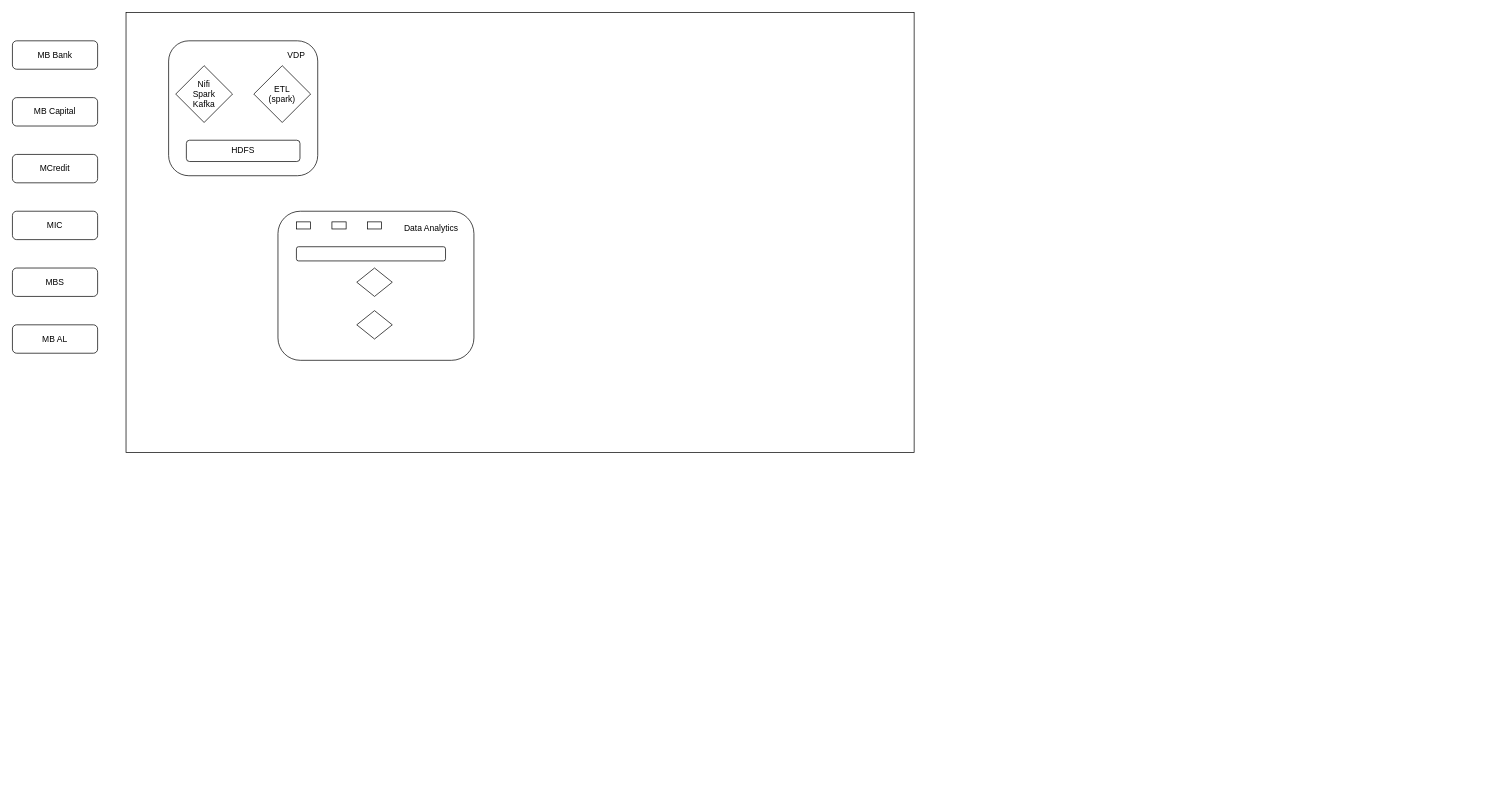
This is Untitled Diagram.drawio from sangbk1997/Thiet_ke_he_thong, a draw.io file, before an edit. Source tidied: cells renumbered, new cells numbered last; positions are measured from the earlier drawing's top-left corner, leaving out a move shared by most shapes. Both pictures are drawn from the tidied source at 71%, with x=0, y=0 at pixel (12, 12).
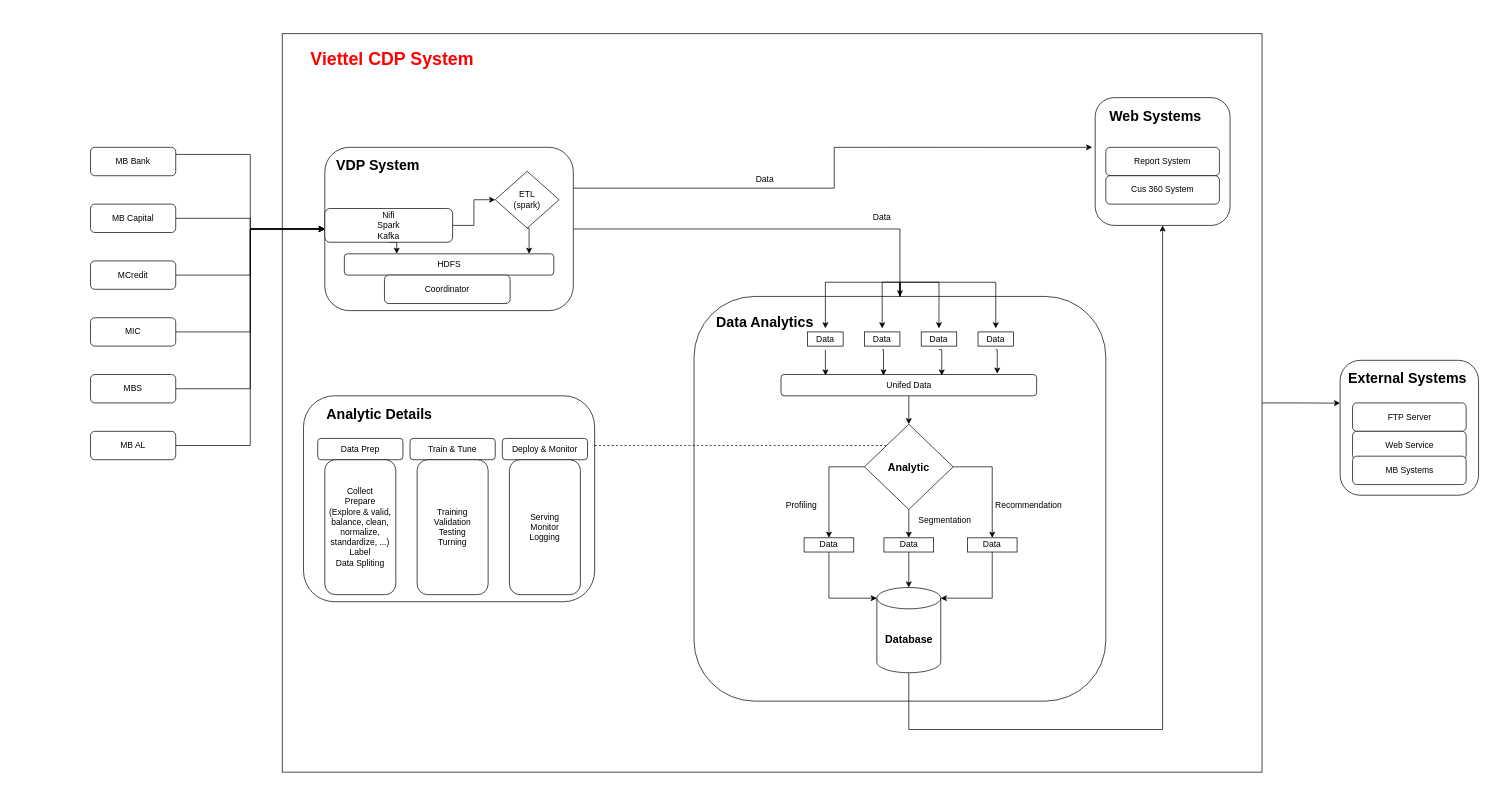
The same page after the edit.

Diff of the diagram source:
```diff
@@
+    <mxCell id="22" style="edgeStyle=orthogonalEdgeStyle;rounded=0;jettySize=auto;html=1;exitX=1;exitY=0.5;exitDx=0;exitDy=0;" parent="1" edge="1" source="23">
+      <mxGeometry relative="1" as="geometry">
+        <mxPoint x="1870" y="550.3" as="targetPoint" />
+      </mxGeometry>
+    </mxCell>
+    <mxCell id="23" style="rounded=0;whiteSpace=wrap;html=1;" parent="1" vertex="1">
+      <mxGeometry x="380" y="30" width="1380" height="1040" as="geometry" />
+    </mxCell>
+    <mxCell id="24" style="rounded=1;whiteSpace=wrap;html=1;" parent="1" vertex="1">
+      <mxGeometry x="1525" y="120" width="190" height="180" as="geometry" />
+    </mxCell>
+    <mxCell id="25" style="rounded=1;whiteSpace=wrap;html=1;" parent="1" vertex="1">
+      <mxGeometry x="1870" y="490" width="195" height="190" as="geometry" />
+    </mxCell>
+    <mxCell id="26" style="rounded=1;whiteSpace=wrap;html=1;" parent="1" vertex="1">
+      <mxGeometry x="960" y="400" width="580" height="570" as="geometry" />
+    </mxCell>
+    <mxCell id="27" style="edgeStyle=orthogonalEdgeStyle;rounded=0;jettySize=auto;html=1;exitX=0.5;exitY=0;exitDx=0;exitDy=0;entryX=0.5;entryY=0;entryDx=0;entryDy=0;" parent="1" edge="1" source="26" target="64">
+      <mxGeometry relative="1" as="geometry" />
+    </mxCell>
+    <mxCell id="28" style="edgeStyle=orthogonalEdgeStyle;rounded=0;jettySize=auto;html=1;exitX=0.5;exitY=0;exitDx=0;exitDy=0;entryX=0.5;entryY=0;entryDx=0;entryDy=0;" parent="1" edge="1" source="26" target="66">
+      <mxGeometry relative="1" as="geometry" />
+    </mxCell>
+    <mxCell id="29" style="edgeStyle=orthogonalEdgeStyle;rounded=0;jettySize=auto;html=1;exitX=0.5;exitY=0;exitDx=0;exitDy=0;entryX=0.5;entryY=0;entryDx=0;entryDy=0;" parent="1" edge="1" source="26" target="68">
+      <mxGeometry relative="1" as="geometry" />
+    </mxCell>
+    <mxCell id="30" style="edgeStyle=orthogonalEdgeStyle;rounded=0;jettySize=auto;html=1;exitX=0.5;exitY=0;exitDx=0;exitDy=0;entryX=0.5;entryY=0;entryDx=0;entryDy=0;" parent="1" edge="1" source="26" target="70">
+      <mxGeometry relative="1" as="geometry" />
+    </mxCell>
+    <mxCell id="31" style="edgeStyle=orthogonalEdgeStyle;rounded=0;jettySize=auto;html=1;exitX=1;exitY=0.5;exitDx=0;exitDy=0;entryX=0;entryY=0.5;entryDx=0;entryDy=0;" parent="1" edge="1" source="2" target="9">
+      <mxGeometry relative="1" as="geometry" />
+    </mxCell>
     <mxCell id="2" value="MB AL" style="rounded=1;whiteSpace=wrap;html=1;" parent="1" vertex="1">
-      <mxGeometry y="440" width="120" height="40" as="geometry" />
+      <mxGeometry x="110" y="590" width="120" height="40" as="geometry" />
     </mxCell>
+    <mxCell id="32" style="edgeStyle=orthogonalEdgeStyle;rounded=0;jettySize=auto;html=1;exitX=1;exitY=0.5;exitDx=0;exitDy=0;entryX=0;entryY=0.5;entryDx=0;entryDy=0;" parent="1" edge="1" source="3" target="9">
+      <mxGeometry relative="1" as="geometry" />
+    </mxCell>
     <mxCell id="3" value="MB Capital" style="rounded=1;whiteSpace=wrap;html=1;" parent="1" vertex="1">
-      <mxGeometry y="120" width="120" height="40" as="geometry" />
+      <mxGeometry x="110" y="270" width="120" height="40" as="geometry" />
     </mxCell>
+    <mxCell id="33" style="edgeStyle=orthogonalEdgeStyle;rounded=0;jettySize=auto;html=1;exitX=1;exitY=0.25;exitDx=0;exitDy=0;entryX=0;entryY=0.5;entryDx=0;entryDy=0;" parent="1" edge="1" source="4" target="9">
+      <mxGeometry relative="1" as="geometry" />
+    </mxCell>
-    <mxCell id="4" value="MB Bank" style="rounded=1;whiteSpace=wrap;html=1;" parent="1" vertex="1">
-      <mxGeometry y="40" width="120" height="40" as="geometry" />
+    <mxCell id="4" value="MB Bank" style="rounded=1;whiteSpace=wrap;html=1;labelBackgroundColor=default;" parent="1" vertex="1">
+      <mxGeometry x="110" y="190" width="120" height="40" as="geometry" />
     </mxCell>
+    <mxCell id="34" style="edgeStyle=orthogonalEdgeStyle;rounded=0;jettySize=auto;html=1;exitX=1;exitY=0.5;exitDx=0;exitDy=0;entryX=0;entryY=0.5;entryDx=0;entryDy=0;" parent="1" edge="1" source="5" target="9">
+      <mxGeometry relative="1" as="geometry" />
+    </mxCell>
     <mxCell id="5" value="MCredit" style="rounded=1;whiteSpace=wrap;html=1;" parent="1" vertex="1">
-      <mxGeometry y="200" width="120" height="40" as="geometry" />
+      <mxGeometry x="110" y="350" width="120" height="40" as="geometry" />
     </mxCell>
+    <mxCell id="35" style="edgeStyle=orthogonalEdgeStyle;rounded=0;jettySize=auto;html=1;exitX=1;exitY=0.5;exitDx=0;exitDy=0;entryX=0;entryY=0.5;entryDx=0;entryDy=0;" parent="1" edge="1" source="6" target="9">
+      <mxGeometry relative="1" as="geometry" />
+    </mxCell>
     <mxCell id="6" value="MIC" style="rounded=1;whiteSpace=wrap;html=1;" parent="1" vertex="1">
-      <mxGeometry y="280" width="120" height="40" as="geometry" />
+      <mxGeometry x="110" y="430" width="120" height="40" as="geometry" />
     </mxCell>
+    <mxCell id="36" style="edgeStyle=orthogonalEdgeStyle;rounded=0;jettySize=auto;html=1;exitX=1;exitY=0.5;exitDx=0;exitDy=0;entryX=0;entryY=0.5;entryDx=0;entryDy=0;" parent="1" edge="1" source="7" target="9">
+      <mxGeometry relative="1" as="geometry" />
+    </mxCell>
     <mxCell id="7" value="MBS" style="rounded=1;whiteSpace=wrap;html=1;" parent="1" vertex="1">
-      <mxGeometry y="360" width="120" height="40" as="geometry" />
+      <mxGeometry x="110" y="510" width="120" height="40" as="geometry" />
     </mxCell>
-    <mxCell id="8" style="rounded=0;whiteSpace=wrap;html=1;" parent="1" vertex="1">
-      <mxGeometry x="160" width="1110" height="620" as="geometry" />
-    </mxCell>
+    <mxCell id="37" style="edgeStyle=orthogonalEdgeStyle;rounded=0;jettySize=auto;html=1;exitX=1;exitY=0.5;exitDx=0;exitDy=0;entryX=0.5;entryY=0;entryDx=0;entryDy=0;" parent="1" edge="1" source="9" target="26">
+      <mxGeometry relative="1" as="geometry" />
+    </mxCell>
+    <mxCell id="38" style="edgeStyle=orthogonalEdgeStyle;rounded=0;jettySize=auto;html=1;exitX=1;exitY=0.25;exitDx=0;exitDy=0;entryX=-0.022;entryY=0.389;entryDx=0;entryDy=0;entryPerimeter=0;" parent="1" edge="1" source="9" target="24">
+      <mxGeometry relative="1" as="geometry" />
+    </mxCell>
     <mxCell id="9" style="rounded=1;whiteSpace=wrap;html=1;" parent="1" vertex="1">
-      <mxGeometry x="220" y="40" width="210" height="190" as="geometry" />
+      <mxGeometry x="440" y="190" width="350" height="230" as="geometry" />
     </mxCell>
-    <mxCell id="10" value="VDP" style="text;html=1;strokeColor=none;fillColor=none;align=center;verticalAlign=middle;whiteSpace=wrap;rounded=0;" parent="1" vertex="1">
-      <mxGeometry x="370" y="45" width="60" height="30" as="geometry" />
+    <mxCell id="10" value="VDP System" style="text;html=1;strokeColor=none;fillColor=none;align=center;verticalAlign=middle;whiteSpace=wrap;rounded=0;fontSize=20;fontColor=#000000;fontStyle=1;" parent="1" vertex="1">
+      <mxGeometry x="450" y="200" width="130" height="30" as="geometry" />
     </mxCell>
     <mxCell id="11" value="HDFS" style="rounded=1;whiteSpace=wrap;html=1;" parent="1" vertex="1">
-      <mxGeometry x="245" y="180" width="160" height="30" as="geometry" />
+      <mxGeometry x="467.5" y="340" width="295" height="30" as="geometry" />
     </mxCell>
-    <mxCell id="12" value="Nifi&lt;br&gt;Spark&lt;br&gt;Kafka" style="rhombus;whiteSpace=wrap;html=1;" parent="1" vertex="1">
-      <mxGeometry x="230" y="75" width="80" height="80" as="geometry" />
-    </mxCell>
+    <mxCell id="39" style="edgeStyle=orthogonalEdgeStyle;rounded=0;jettySize=auto;html=1;exitX=0.5;exitY=1;exitDx=0;exitDy=0;entryX=0.882;entryY=0;entryDx=0;entryDy=0;entryPerimeter=0;" parent="1" edge="1" source="13" target="11">
+      <mxGeometry relative="1" as="geometry" />
+    </mxCell>
     <mxCell id="13" value="ETL&lt;br&gt;(spark)" style="rhombus;whiteSpace=wrap;html=1;" parent="1" vertex="1">
-      <mxGeometry x="340" y="75" width="80" height="80" as="geometry" />
+      <mxGeometry x="680" y="223.8" width="90" height="80" as="geometry" />
     </mxCell>
     <mxCell id="14" style="rounded=1;whiteSpace=wrap;html=1;" parent="1" vertex="1">
-      <mxGeometry x="374" y="280" width="276" height="210" as="geometry" />
+      <mxGeometry x="410" y="540" width="410" height="290" as="geometry" />
     </mxCell>
-    <mxCell id="15" style="rounded=0;whiteSpace=wrap;html=1;" parent="1" vertex="1">
-      <mxGeometry x="400" y="295" width="20" height="10" as="geometry" />
-    </mxCell>
-    <mxCell id="16" style="rounded=0;whiteSpace=wrap;html=1;" parent="1" vertex="1">
-      <mxGeometry x="450" y="295" width="20" height="10" as="geometry" />
-    </mxCell>
-    <mxCell id="17" style="rounded=0;whiteSpace=wrap;html=1;" parent="1" vertex="1">
-      <mxGeometry x="500" y="295" width="20" height="10" as="geometry" />
-    </mxCell>
+    <mxCell id="40" style="edgeStyle=orthogonalEdgeStyle;rounded=0;jettySize=auto;html=1;exitX=0.5;exitY=1;exitDx=0;exitDy=0;entryX=0.5;entryY=0;entryDx=0;entryDy=0;" parent="1" edge="1" source="18" target="19">
+      <mxGeometry relative="1" as="geometry" />
+    </mxCell>
-    <mxCell id="18" style="rounded=1;whiteSpace=wrap;html=1;" parent="1" vertex="1">
-      <mxGeometry x="400" y="330" width="210" height="20" as="geometry" />
+    <mxCell id="18" value="Unifed Data" style="rounded=1;whiteSpace=wrap;html=1;" parent="1" vertex="1">
+      <mxGeometry x="1082.5" y="510" width="360" height="30" as="geometry" />
     </mxCell>
+    <mxCell id="41" style="edgeStyle=orthogonalEdgeStyle;rounded=0;jettySize=auto;html=1;exitX=0.5;exitY=1;exitDx=0;exitDy=0;entryX=0.5;entryY=0;entryDx=0;entryDy=0;" parent="1" edge="1" source="19" target="75">
+      <mxGeometry relative="1" as="geometry" />
+    </mxCell>
+    <mxCell id="42" style="edgeStyle=orthogonalEdgeStyle;rounded=0;jettySize=auto;html=1;exitX=0;exitY=0.5;exitDx=0;exitDy=0;entryX=0.5;entryY=0;entryDx=0;entryDy=0;" parent="1" edge="1" source="19" target="73">
+      <mxGeometry relative="1" as="geometry" />
+    </mxCell>
+    <mxCell id="43" style="edgeStyle=orthogonalEdgeStyle;rounded=0;jettySize=auto;html=1;exitX=1;exitY=0.5;exitDx=0;exitDy=0;entryX=0.5;entryY=0;entryDx=0;entryDy=0;" parent="1" edge="1" source="19" target="77">
+      <mxGeometry relative="1" as="geometry" />
+    </mxCell>
-    <mxCell id="19" style="rhombus;whiteSpace=wrap;html=1;" parent="1" vertex="1">
-      <mxGeometry x="485" y="360" width="50" height="40" as="geometry" />
+    <mxCell id="19" value="Analytic" style="rhombus;whiteSpace=wrap;html=1;fontSize=15;fontStyle=1;" parent="1" vertex="1">
+      <mxGeometry x="1200" y="580" width="125" height="120" as="geometry" />
     </mxCell>
-    <mxCell id="20" style="rhombus;whiteSpace=wrap;html=1;" parent="1" vertex="1">
-      <mxGeometry x="485" y="420" width="50" height="40" as="geometry" />
-    </mxCell>
-    <mxCell id="21" value="Data Analytics&lt;br&gt;" style="text;html=1;strokeColor=none;fillColor=none;align=center;verticalAlign=middle;whiteSpace=wrap;rounded=0;" parent="1" vertex="1">
-      <mxGeometry x="550" y="290" width="80" height="30" as="geometry" />
+    <mxCell id="21" value="Data Analytics&lt;br style=&quot;font-size: 20px;&quot;&gt;" style="text;html=1;strokeColor=none;fillColor=none;align=center;verticalAlign=middle;whiteSpace=wrap;rounded=0;fontSize=20;fontColor=#000000;fontStyle=1;" parent="1" vertex="1">
+      <mxGeometry x="990" y="420" width="140" height="30" as="geometry" />
     </mxCell>
+    <mxCell id="44" style="edgeStyle=orthogonalEdgeStyle;rounded=0;jettySize=auto;html=1;exitX=1;exitY=0.5;exitDx=0;exitDy=0;entryX=0;entryY=0.5;entryDx=0;entryDy=0;" parent="1" edge="1" source="12" target="13">
+      <mxGeometry relative="1" as="geometry" />
+    </mxCell>
+    <mxCell id="45" style="edgeStyle=orthogonalEdgeStyle;rounded=0;jettySize=auto;html=1;exitX=0.5;exitY=1;exitDx=0;exitDy=0;entryX=0.25;entryY=0;entryDx=0;entryDy=0;" parent="1" edge="1" source="12" target="11">
+      <mxGeometry relative="1" as="geometry" />
+    </mxCell>
+    <mxCell id="12" value="&lt;span&gt;Nifi&lt;/span&gt;&lt;br&gt;&lt;span&gt;Spark&lt;/span&gt;&lt;br&gt;&lt;span&gt;Kafka&lt;/span&gt;" style="rounded=1;whiteSpace=wrap;html=1;" parent="1" vertex="1">
+      <mxGeometry x="440" y="276.2" width="180" height="47.5" as="geometry" />
+    </mxCell>
+    <mxCell id="46" style="rounded=0;whiteSpace=wrap;html=1;" parent="1" vertex="1">
+      <mxGeometry x="1120" y="450" width="50" height="20" as="geometry" />
+    </mxCell>
+    <mxCell id="47" style="rounded=0;whiteSpace=wrap;html=1;" parent="1" vertex="1">
+      <mxGeometry x="1200" y="450" width="50" height="20" as="geometry" />
+    </mxCell>
+    <mxCell id="48" style="rounded=0;whiteSpace=wrap;html=1;" parent="1" vertex="1">
+      <mxGeometry x="1280" y="450" width="50" height="20" as="geometry" />
+    </mxCell>
+    <mxCell id="49" style="rounded=0;whiteSpace=wrap;html=1;" parent="1" vertex="1">
+      <mxGeometry x="1360" y="450" width="50" height="20" as="geometry" />
+    </mxCell>
+    <mxCell id="50" value="Report System" style="rounded=1;whiteSpace=wrap;html=1;" parent="1" vertex="1">
+      <mxGeometry x="1540" y="190" width="160" height="40" as="geometry" />
+    </mxCell>
+    <mxCell id="51" value="Cus 360 System" style="rounded=1;whiteSpace=wrap;html=1;" parent="1" vertex="1">
+      <mxGeometry x="1540" y="230" width="160" height="40" as="geometry" />
+    </mxCell>
+    <mxCell id="52" value="FTP Server" style="rounded=1;whiteSpace=wrap;html=1;" parent="1" vertex="1">
+      <mxGeometry x="1887.5" y="550" width="160" height="40" as="geometry" />
+    </mxCell>
+    <mxCell id="53" value="Web Service" style="rounded=1;whiteSpace=wrap;html=1;" parent="1" vertex="1">
+      <mxGeometry x="1887.5" y="590" width="160" height="40" as="geometry" />
+    </mxCell>
+    <mxCell id="54" value="MB Systems" style="rounded=1;whiteSpace=wrap;html=1;" parent="1" vertex="1">
+      <mxGeometry x="1887.5" y="625" width="160" height="40" as="geometry" />
+    </mxCell>
+    <mxCell id="55" value="Data Prep" style="rounded=1;whiteSpace=wrap;html=1;" parent="1" vertex="1">
+      <mxGeometry x="430" y="600" width="120" height="30" as="geometry" />
+    </mxCell>
+    <mxCell id="56" value="Train &amp;amp; Tune" style="rounded=1;whiteSpace=wrap;html=1;" parent="1" vertex="1">
+      <mxGeometry x="560" y="600" width="120" height="30" as="geometry" />
+    </mxCell>
+    <mxCell id="57" value="Deploy &amp;amp; Monitor" style="rounded=1;whiteSpace=wrap;html=1;" parent="1" vertex="1">
+      <mxGeometry x="690" y="600" width="120" height="30" as="geometry" />
+    </mxCell>
+    <mxCell id="58" value="Collect&lt;br&gt;Prepare&lt;br&gt;(Explore &amp;amp; valid, balance, clean, normalize, standardize, ...)&lt;br&gt;Label&lt;br&gt;Data Spliting" style="rounded=1;whiteSpace=wrap;html=1;" parent="1" vertex="1">
+      <mxGeometry x="440" y="630" width="100" height="190" as="geometry" />
+    </mxCell>
+    <mxCell id="59" value="Training&lt;br&gt;Validation&lt;br&gt;Testing&lt;br&gt;Turning" style="rounded=1;whiteSpace=wrap;html=1;" parent="1" vertex="1">
+      <mxGeometry x="570" y="630" width="100" height="190" as="geometry" />
+    </mxCell>
+    <mxCell id="60" value="Serving&lt;br&gt;Monitor&lt;br&gt;Logging&lt;br&gt;" style="rounded=1;whiteSpace=wrap;html=1;" parent="1" vertex="1">
+      <mxGeometry x="700" y="630" width="100" height="190" as="geometry" />
+    </mxCell>
+    <mxCell id="61" style="edgeStyle=orthogonalEdgeStyle;rounded=0;jettySize=auto;html=1;exitX=0.5;exitY=1;exitDx=0;exitDy=0;exitPerimeter=0;" parent="1" edge="1" source="62">
+      <mxGeometry relative="1" as="geometry">
+        <mxPoint x="1620" y="300" as="targetPoint" />
+        <Array as="points">
+          <mxPoint x="1263" y="1010" />
+          <mxPoint x="1620" y="1010" />
+        </Array>
+      </mxGeometry>
+    </mxCell>
+    <mxCell id="62" value="Database" style="shape=cylinder3;whiteSpace=wrap;html=1;boundedLbl=1;backgroundOutline=1;size=15;fontSize=15;fontStyle=1;" parent="1" vertex="1">
+      <mxGeometry x="1217.5" y="810" width="90" height="120" as="geometry" />
+    </mxCell>
+    <mxCell id="63" style="edgeStyle=orthogonalEdgeStyle;rounded=0;jettySize=auto;html=1;exitX=0.5;exitY=1;exitDx=0;exitDy=0;entryX=0.174;entryY=0.045;entryDx=0;entryDy=0;entryPerimeter=0;" parent="1" edge="1" source="64" target="18">
+      <mxGeometry relative="1" as="geometry" />
+    </mxCell>
+    <mxCell id="64" value="Data" style="text;html=1;strokeColor=none;fillColor=none;align=center;verticalAlign=middle;whiteSpace=wrap;rounded=0;" parent="1" vertex="1">
+      <mxGeometry x="1115" y="445" width="60" height="30" as="geometry" />
+    </mxCell>
+    <mxCell id="65" style="edgeStyle=orthogonalEdgeStyle;rounded=0;jettySize=auto;html=1;exitX=0.5;exitY=1;exitDx=0;exitDy=0;entryX=0.401;entryY=0.045;entryDx=0;entryDy=0;entryPerimeter=0;" parent="1" edge="1" source="66" target="18">
+      <mxGeometry relative="1" as="geometry" />
+    </mxCell>
+    <mxCell id="66" value="Data" style="text;html=1;strokeColor=none;fillColor=none;align=center;verticalAlign=middle;whiteSpace=wrap;rounded=0;" parent="1" vertex="1">
+      <mxGeometry x="1195" y="445" width="60" height="30" as="geometry" />
+    </mxCell>
+    <mxCell id="67" style="edgeStyle=orthogonalEdgeStyle;rounded=0;jettySize=auto;html=1;exitX=0.5;exitY=1;exitDx=0;exitDy=0;entryX=0.629;entryY=0.045;entryDx=0;entryDy=0;entryPerimeter=0;" parent="1" edge="1" source="68" target="18">
+      <mxGeometry relative="1" as="geometry" />
+    </mxCell>
+    <mxCell id="68" value="Data" style="text;html=1;strokeColor=none;fillColor=none;align=center;verticalAlign=middle;whiteSpace=wrap;rounded=0;" parent="1" vertex="1">
+      <mxGeometry x="1275" y="445" width="60" height="30" as="geometry" />
+    </mxCell>
+    <mxCell id="69" style="edgeStyle=orthogonalEdgeStyle;rounded=0;jettySize=auto;html=1;exitX=0.5;exitY=1;exitDx=0;exitDy=0;entryX=0.846;entryY=-0.04;entryDx=0;entryDy=0;entryPerimeter=0;" parent="1" edge="1" source="70" target="18">
+      <mxGeometry relative="1" as="geometry" />
+    </mxCell>
+    <mxCell id="70" value="Data" style="text;html=1;strokeColor=none;fillColor=none;align=center;verticalAlign=middle;whiteSpace=wrap;rounded=0;" parent="1" vertex="1">
+      <mxGeometry x="1355" y="445" width="60" height="30" as="geometry" />
+    </mxCell>
+    <mxCell id="71" value="Coordinator" style="rounded=1;whiteSpace=wrap;html=1;" parent="1" vertex="1">
+      <mxGeometry x="524" y="370" width="177" height="40" as="geometry" />
+    </mxCell>
+    <mxCell id="72" style="edgeStyle=orthogonalEdgeStyle;rounded=0;jettySize=auto;html=1;exitX=0.5;exitY=1;exitDx=0;exitDy=0;entryX=0;entryY=0;entryDx=0;entryDy=15;entryPerimeter=0;" parent="1" edge="1" source="73" target="62">
+      <mxGeometry relative="1" as="geometry" />
+    </mxCell>
+    <mxCell id="73" value="Data" style="rounded=0;whiteSpace=wrap;html=1;" parent="1" vertex="1">
+      <mxGeometry x="1115" y="740" width="70" height="20" as="geometry" />
+    </mxCell>
+    <mxCell id="74" style="edgeStyle=orthogonalEdgeStyle;rounded=0;jettySize=auto;html=1;exitX=0.5;exitY=1;exitDx=0;exitDy=0;entryX=0.5;entryY=0;entryDx=0;entryDy=0;entryPerimeter=0;" parent="1" edge="1" source="75" target="62">
+      <mxGeometry relative="1" as="geometry" />
+    </mxCell>
+    <mxCell id="75" value="Data" style="rounded=0;whiteSpace=wrap;html=1;" parent="1" vertex="1">
+      <mxGeometry x="1227.5" y="740" width="70" height="20" as="geometry" />
+    </mxCell>
+    <mxCell id="76" style="edgeStyle=orthogonalEdgeStyle;rounded=0;jettySize=auto;html=1;exitX=0.5;exitY=1;exitDx=0;exitDy=0;entryX=1;entryY=0;entryDx=0;entryDy=15;entryPerimeter=0;" parent="1" edge="1" source="77" target="62">
+      <mxGeometry relative="1" as="geometry" />
+    </mxCell>
+    <mxCell id="77" value="Data" style="rounded=0;whiteSpace=wrap;html=1;" parent="1" vertex="1">
+      <mxGeometry x="1345" y="740" width="70" height="20" as="geometry" />
+    </mxCell>
+    <mxCell id="78" style="endArrow=none;dashed=1;html=1;rounded=0;entryX=0;entryY=0;entryDx=0;entryDy=0;" parent="1" edge="1" target="19">
+      <mxGeometry relative="1" as="geometry">
+        <mxPoint x="820" y="610" as="sourcePoint" />
+      </mxGeometry>
+    </mxCell>
+    <mxCell id="79" value="Web Systems" style="text;html=1;strokeColor=none;fillColor=none;align=center;verticalAlign=middle;whiteSpace=wrap;rounded=0;fontSize=20;fontColor=#000000;fontStyle=1;" parent="1" vertex="1">
+      <mxGeometry x="1540" y="130" width="140" height="30" as="geometry" />
+    </mxCell>
+    <mxCell id="80" value="External Systems" style="text;html=1;strokeColor=none;fillColor=none;align=center;verticalAlign=middle;whiteSpace=wrap;rounded=0;fontSize=20;fontColor=#000000;fontStyle=1;" parent="1" vertex="1">
+      <mxGeometry x="1880" y="500" width="170" height="30" as="geometry" />
+    </mxCell>
+    <mxCell id="81" value="Analytic Details" style="text;html=1;strokeColor=none;fillColor=none;align=center;verticalAlign=middle;whiteSpace=wrap;rounded=0;fontSize=20;fontColor=#000000;fontStyle=1;" parent="1" vertex="1">
+      <mxGeometry x="434" y="550" width="166" height="30" as="geometry" />
+    </mxCell>
+    <mxCell id="82" value="Data" style="text;html=1;strokeColor=none;fillColor=none;align=center;verticalAlign=middle;whiteSpace=wrap;rounded=0;" parent="1" vertex="1">
+      <mxGeometry x="1030" y="220" width="60" height="30" as="geometry" />
+    </mxCell>
+    <mxCell id="83" value="Data" style="text;html=1;strokeColor=none;fillColor=none;align=center;verticalAlign=middle;whiteSpace=wrap;rounded=0;" parent="1" vertex="1">
+      <mxGeometry x="1195" y="273.8" width="60" height="30" as="geometry" />
+    </mxCell>
+    <mxCell id="84" value="Profiling" style="text;html=1;strokeColor=none;fillColor=none;align=center;verticalAlign=middle;whiteSpace=wrap;rounded=0;" parent="1" vertex="1">
+      <mxGeometry x="1070" y="680" width="83" height="30" as="geometry" />
+    </mxCell>
+    <mxCell id="85" value="Segmentation" style="text;html=1;strokeColor=none;fillColor=none;align=center;verticalAlign=middle;whiteSpace=wrap;rounded=0;" parent="1" vertex="1">
+      <mxGeometry x="1272" y="700" width="83" height="30" as="geometry" />
+    </mxCell>
+    <mxCell id="86" value="Recommendation" style="text;html=1;strokeColor=none;fillColor=none;align=center;verticalAlign=middle;whiteSpace=wrap;rounded=0;" parent="1" vertex="1">
+      <mxGeometry x="1390" y="680" width="83" height="30" as="geometry" />
+    </mxCell>
+    <mxCell id="87" value="Viettel CDP System" style="text;html=1;strokeColor=none;fillColor=none;align=center;verticalAlign=middle;whiteSpace=wrap;rounded=0;fontSize=25;fontColor=#FF0000;fontStyle=1;" parent="1" vertex="1">
+      <mxGeometry x="400" y="50" width="270" height="30" as="geometry" />
+    </mxCell>
```
